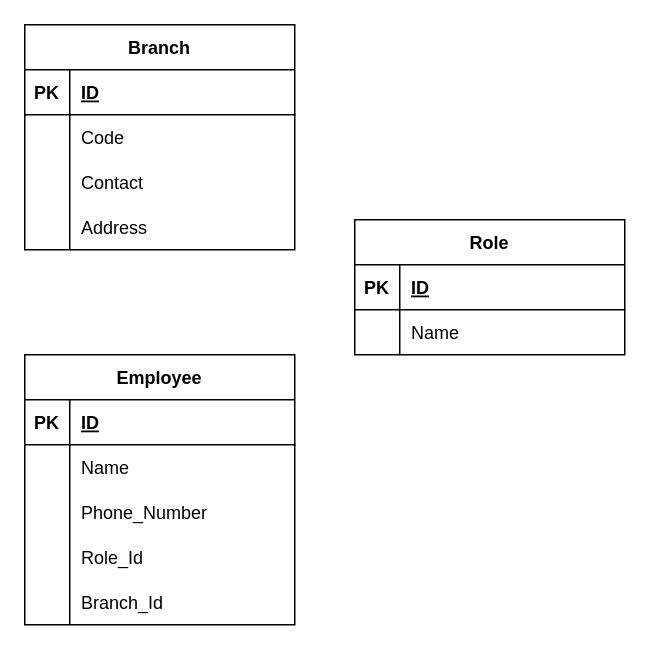
Earlier version of the draw.io diagram page "Page-4" (4 of 4) of SVU hw.drawio (anaslaham/AlanWalker). Source tidied: cells renumbered, new cells numbered last; positions are measured from the earlier drawing's top-left corner, leaving out a move shared by most shapes. Both pictures are drawn from the tidied source at 150%, with x=0, y=0 at pixel (24, 24).
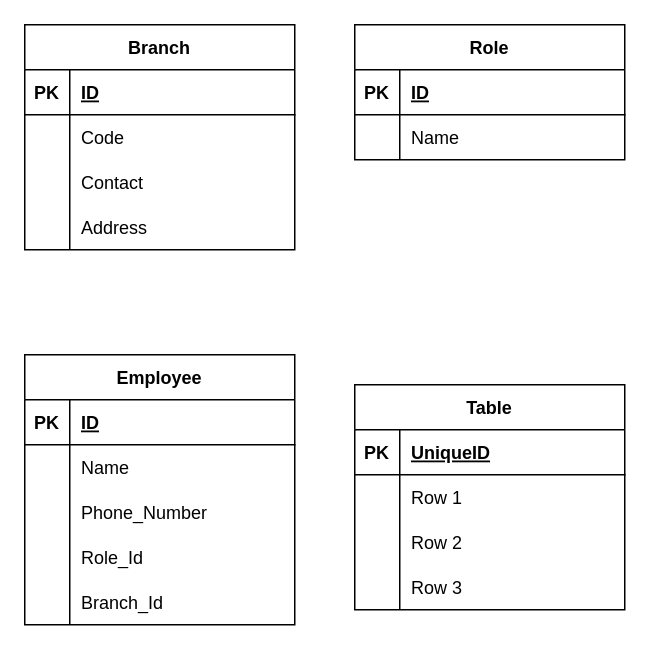
Above is the later version.

The edit, as a diff of the source:
```diff
@@
     <mxCell id="31" value="Role" style="shape=table;startSize=30;childLayout=tableLayout;rowLines=0;fontStyle=1;align=center;" parent="1" vertex="1">
-      <mxGeometry x="220" y="130" width="180" height="90" as="geometry" />
+      <mxGeometry x="220" width="180" height="90" as="geometry" />
     </mxCell>
@@
+    <mxCell id="38" value="Table" style="shape=table;startSize=30;childLayout=tableLayout;rowLines=0;fontStyle=1;align=center;" parent="1" vertex="1">
+      <mxGeometry x="220" y="240" width="180" height="150" as="geometry" />
+    </mxCell>
+    <mxCell id="39" style="shape=tableRow;horizontal=0;startSize=0;swimlaneHead=0;swimlaneBody=0;fillColor=none;top=0;left=0;right=0;bottom=1;" parent="38" vertex="1">
+      <mxGeometry y="30" width="180" height="30" as="geometry" />
+    </mxCell>
+    <mxCell id="40" value="PK" style="shape=partialRectangle;fillColor=none;top=0;left=0;bottom=0;right=0;fontStyle=1;overflow=hidden;" parent="39" vertex="1">
+      <mxGeometry width="30" height="30" as="geometry" />
+    </mxCell>
+    <mxCell id="41" value="UniqueID" style="shape=partialRectangle;fillColor=none;top=0;left=0;bottom=0;right=0;align=left;spacingLeft=6;fontStyle=5;overflow=hidden;" parent="39" vertex="1">
+      <mxGeometry x="30" width="150" height="30" as="geometry" />
+    </mxCell>
+    <mxCell id="42" style="shape=tableRow;horizontal=0;startSize=0;swimlaneHead=0;swimlaneBody=0;fillColor=none;top=0;left=0;right=0;bottom=0;" parent="38" vertex="1">
+      <mxGeometry y="60" width="180" height="30" as="geometry" />
+    </mxCell>
+    <mxCell id="43" style="shape=partialRectangle;fillColor=none;top=0;left=0;bottom=0;right=0;overflow=hidden;" parent="42" vertex="1">
+      <mxGeometry width="30" height="30" as="geometry" />
+    </mxCell>
+    <mxCell id="44" value="Row 1" style="shape=partialRectangle;fillColor=none;top=0;left=0;bottom=0;right=0;align=left;spacingLeft=6;overflow=hidden;" parent="42" vertex="1">
+      <mxGeometry x="30" width="150" height="30" as="geometry" />
+    </mxCell>
+    <mxCell id="45" style="shape=tableRow;horizontal=0;startSize=0;swimlaneHead=0;swimlaneBody=0;fillColor=none;top=0;left=0;right=0;bottom=0;" parent="38" vertex="1">
+      <mxGeometry y="90" width="180" height="30" as="geometry" />
+    </mxCell>
+    <mxCell id="46" style="shape=partialRectangle;fillColor=none;top=0;left=0;bottom=0;right=0;overflow=hidden;" parent="45" vertex="1">
+      <mxGeometry width="30" height="30" as="geometry" />
+    </mxCell>
+    <mxCell id="47" value="Row 2" style="shape=partialRectangle;fillColor=none;top=0;left=0;bottom=0;right=0;align=left;spacingLeft=6;overflow=hidden;" parent="45" vertex="1">
+      <mxGeometry x="30" width="150" height="30" as="geometry" />
+    </mxCell>
+    <mxCell id="48" style="shape=tableRow;horizontal=0;startSize=0;swimlaneHead=0;swimlaneBody=0;fillColor=none;top=0;left=0;right=0;bottom=0;" parent="38" vertex="1">
+      <mxGeometry y="120" width="180" height="30" as="geometry" />
+    </mxCell>
+    <mxCell id="49" style="shape=partialRectangle;fillColor=none;top=0;left=0;bottom=0;right=0;overflow=hidden;" parent="48" vertex="1">
+      <mxGeometry width="30" height="30" as="geometry" />
+    </mxCell>
+    <mxCell id="50" value="Row 3" style="shape=partialRectangle;fillColor=none;top=0;left=0;bottom=0;right=0;align=left;spacingLeft=6;overflow=hidden;" parent="48" vertex="1">
+      <mxGeometry x="30" width="150" height="30" as="geometry" />
+    </mxCell>
```
